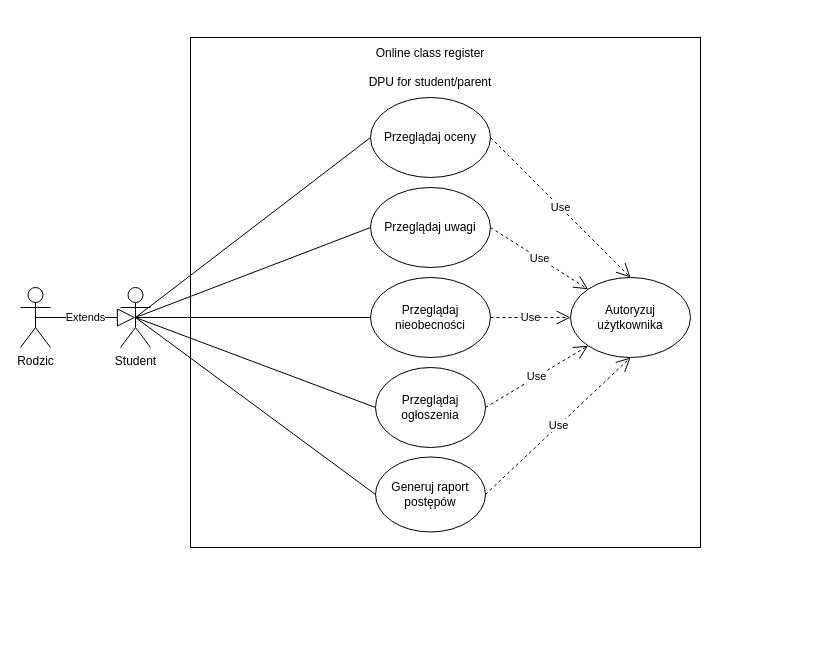
Earlier version of the draw.io diagram Documentation/diagrams/drawio_executable/DPU_Student_Parent.drawio (CezaryDobrenko/online-grade-book). Source tidied: cells renumbered, new cells numbered last; positions are measured from the earlier drawing's top-left corner, leaving out a move shared by most shapes. Both pictures are drawn from the tidied source at 100%, with x=0, y=0 at pixel (20, 37).
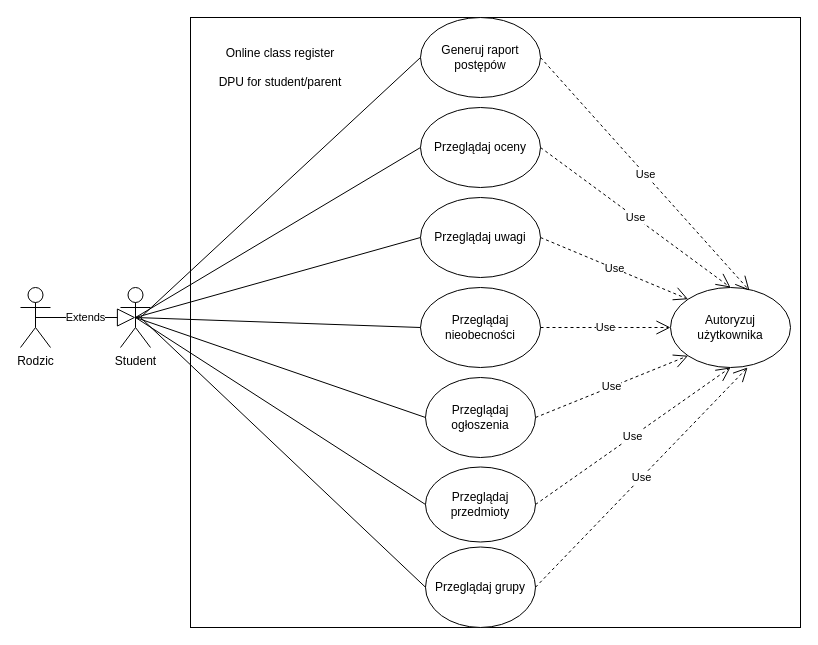
The same diagram, later.

What changed in the source:
```diff
@@
     <mxCell id="2" style="whiteSpace=wrap;html=1;" parent="1" vertex="1">
-      <mxGeometry x="170" width="510" height="510" as="geometry" />
+      <mxGeometry x="170" y="-20" width="610" height="610" as="geometry" />
     </mxCell>
     <mxCell id="3" value="Online class register&lt;br&gt;&lt;br&gt;DPU for student/parent" style="text;html=1;strokeColor=none;fillColor=none;align=center;verticalAlign=middle;whiteSpace=wrap;rounded=0;" parent="1" vertex="1">
-      <mxGeometry x="330" width="160" height="60" as="geometry" />
+      <mxGeometry x="180" width="160" height="60" as="geometry" />
     </mxCell>
     <mxCell id="4" value="Przeglądaj oceny" style="ellipse;whiteSpace=wrap;html=1;" parent="1" vertex="1">
-      <mxGeometry x="350" y="60" width="120" height="80" as="geometry" />
+      <mxGeometry x="400" y="70" width="120" height="80" as="geometry" />
     </mxCell>
     <mxCell id="5" value="Przeglądaj uwagi" style="ellipse;whiteSpace=wrap;html=1;" parent="1" vertex="1">
-      <mxGeometry x="350" y="150" width="120" height="80" as="geometry" />
+      <mxGeometry x="400" y="160" width="120" height="80" as="geometry" />
     </mxCell>
     <mxCell id="6" value="Przeglądaj nieobecności" style="ellipse;whiteSpace=wrap;html=1;" parent="1" vertex="1">
-      <mxGeometry x="350" y="240" width="120" height="80" as="geometry" />
+      <mxGeometry x="400" y="250" width="120" height="80" as="geometry" />
     </mxCell>
@@
     <mxCell id="12" value="Przeglądaj ogłoszenia" style="ellipse;whiteSpace=wrap;html=1;" parent="1" vertex="1">
-      <mxGeometry x="355" y="330" width="110" height="80" as="geometry" />
+      <mxGeometry x="405" y="340" width="110" height="80" as="geometry" />
     </mxCell>
-    <mxCell id="13" value="Generuj raport postępów" style="ellipse;whiteSpace=wrap;html=1;" parent="1" vertex="1">
-      <mxGeometry x="355" y="419.5" width="110" height="75" as="geometry" />
+    <mxCell id="13" value="Przeglądaj przedmioty" style="ellipse;whiteSpace=wrap;html=1;" parent="1" vertex="1">
+      <mxGeometry x="405" y="429.5" width="110" height="75" as="geometry" />
     </mxCell>
@@
     <mxCell id="17" value="Autoryzuj użytkownika" style="ellipse;whiteSpace=wrap;html=1;" parent="1" vertex="1">
-      <mxGeometry x="550" y="240" width="120" height="80" as="geometry" />
+      <mxGeometry x="650" y="250" width="120" height="80" as="geometry" />
     </mxCell>
@@
+    <mxCell id="23" value="Przeglądaj grupy" style="ellipse;whiteSpace=wrap;html=1;" parent="1" vertex="1">
+      <mxGeometry x="405" y="509.5" width="110" height="80.5" as="geometry" />
+    </mxCell>
+    <mxCell id="24" style="endArrow=none;html=1;entryX=0;entryY=0.5;entryDx=0;entryDy=0;" parent="1" edge="1" target="23">
+      <mxGeometry relative="1" as="geometry">
+        <mxPoint x="120" y="280" as="sourcePoint" />
+      </mxGeometry>
+    </mxCell>
+    <mxCell id="25" value="Use" style="endArrow=open;endSize=12;dashed=1;html=1;entryX=0.642;entryY=1;entryDx=0;entryDy=0;exitX=1;exitY=0.5;exitDx=0;exitDy=0;entryPerimeter=0;" parent="1" edge="1" source="23" target="17">
+      <mxGeometry relative="1" as="geometry" />
+    </mxCell>
+    <mxCell id="26" value="Generuj raport postępów" style="ellipse;whiteSpace=wrap;html=1;" parent="1" vertex="1">
+      <mxGeometry x="400" y="-20" width="120" height="80" as="geometry" />
+    </mxCell>
+    <mxCell id="27" style="endArrow=none;html=1;entryX=0;entryY=0.5;entryDx=0;entryDy=0;" parent="1" edge="1" target="26">
+      <mxGeometry relative="1" as="geometry">
+        <mxPoint x="120" y="280" as="sourcePoint" />
+      </mxGeometry>
+    </mxCell>
+    <mxCell id="28" value="Use" style="endArrow=open;endSize=12;dashed=1;html=1;exitX=1;exitY=0.5;exitDx=0;exitDy=0;entryX=0.658;entryY=0.038;entryDx=0;entryDy=0;entryPerimeter=0;" parent="1" edge="1" source="26" target="17">
+      <mxGeometry relative="1" as="geometry" />
+    </mxCell>
```
